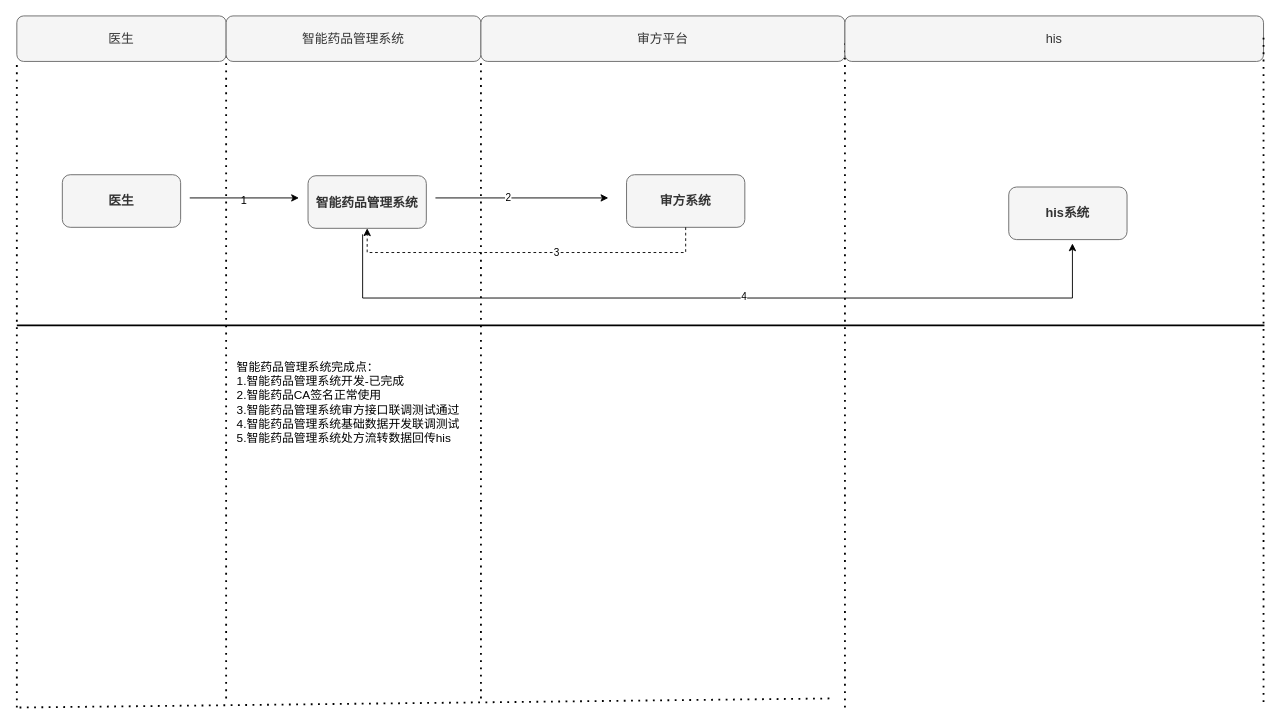
This is scis-master/Untitled Diagram.drawio from yangyutf/Springscxx, a draw.io file, before an edit. Source tidied: cells renumbered, new cells numbered last; positions are measured from the earlier drawing's top-left corner, leaving out a move shared by most shapes. Both pictures are drawn from the tidied source at 91%, with x=0, y=0 at pixel (16, 15).
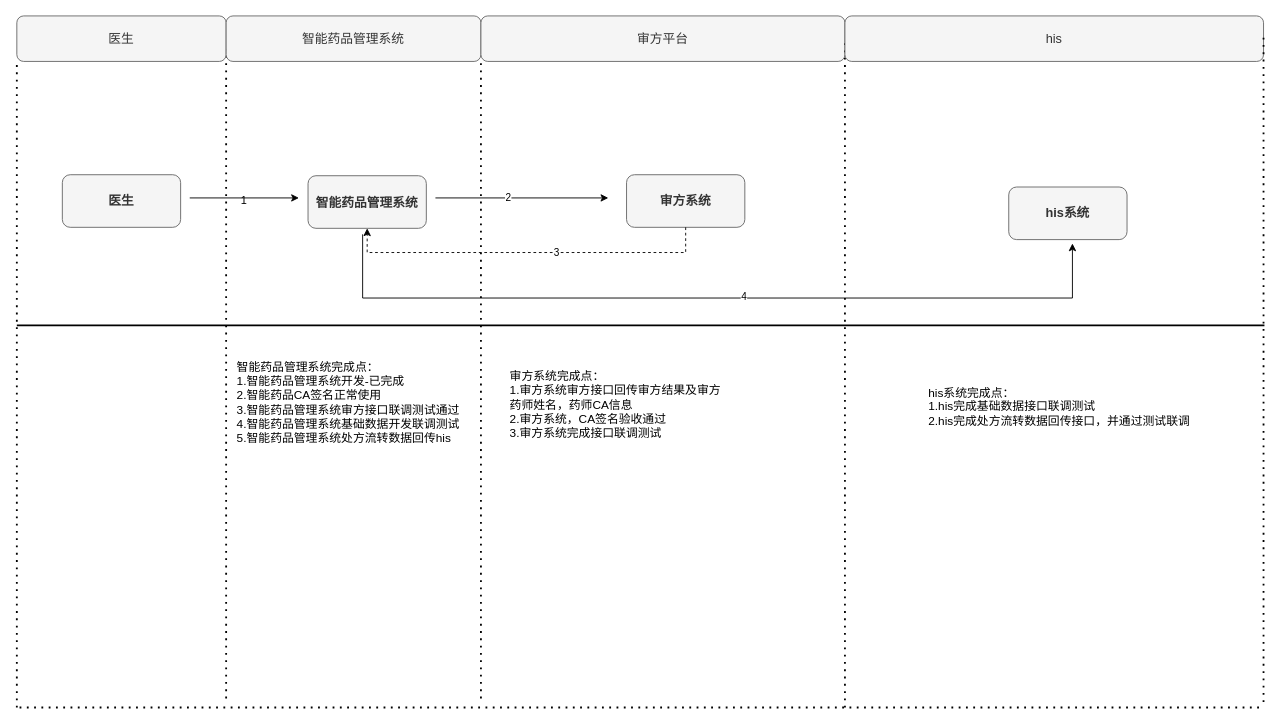
The same page after the edit.

What changed in the source:
```diff
@@
     <mxCell id="9" style="endArrow=none;dashed=1;html=1;dashPattern=1 3;strokeWidth=2;rounded=0;" parent="1" edge="1">
       <mxGeometry relative="1" as="geometry">
         <mxPoint x="3" y="760" as="sourcePoint" />
-        <mxPoint x="896.6" y="750" as="targetPoint" />
+        <mxPoint x="1370" y="760" as="targetPoint" />
       </mxGeometry>
     </mxCell>
@@
+    <mxCell id="26" value="&lt;font style=&quot;font-size: 13px;&quot;&gt;审方系统完成点：&lt;br&gt;1.审方系统审方接口回传审方结果及审方&lt;br&gt;药师姓名，药师CA信息&lt;br&gt;2.审方系统，CA签名验收通过&lt;br&gt;3.审方系统完成接口联调测试&lt;br&gt;&lt;br&gt;&lt;/font&gt;" style="text;html=1;align=left;verticalAlign=middle;strokeColor=none;fillColor=none;" parent="1" vertex="1">
+      <mxGeometry x="540" y="380" width="260" height="110" as="geometry" />
+    </mxCell>
+    <mxCell id="27" value="&lt;font style=&quot;font-size: 13px;&quot;&gt;his系统完成点：&lt;br&gt;1.his完成基础数据接口联调测试&lt;br&gt;2.his完成处方流转数据回传接口，并通过测试联调&lt;br&gt;&lt;br&gt;&lt;br&gt;&lt;/font&gt;" style="text;html=1;align=left;verticalAlign=middle;strokeColor=none;fillColor=none;" parent="1" vertex="1">
+      <mxGeometry x="1000" y="400" width="310" height="90" as="geometry" />
+    </mxCell>
```
